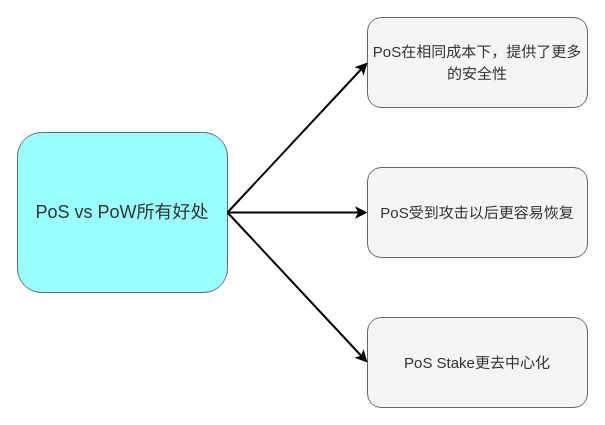
Before: ethereum-research/POS vs POW & vb 2020.drawio in 0xyicheng/a-research-diagram, a draw.io diagram. Source tidied: cells renumbered, new cells numbered last; positions are measured from the earlier drawing's top-left corner, leaving out a move shared by most shapes. Both pictures are drawn from the tidied source at 100%, with x=0, y=0 at pixel (17, 17).
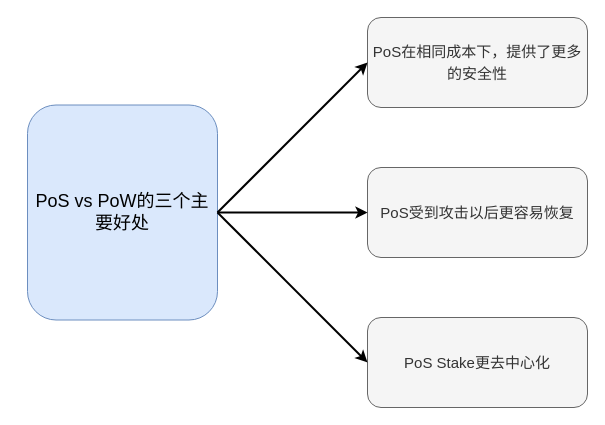
The same diagram, later.

Diff of the diagram source:
```diff
@@
 <mxGraphModel>
   <root>
     <mxCell id="0" />
     <mxCell id="1" parent="0" />
-    <mxCell id="2" value="&lt;font style=&quot;font-size: 18px;&quot;&gt;PoS vs PoW所有好处&lt;/font&gt;" style="rounded=1;whiteSpace=wrap;html=1;fillColor=#99FFFF;fontColor=#333333;strokeColor=#666666;" parent="1" vertex="1">
-      <mxGeometry y="115" width="210" height="160" as="geometry" />
+    <mxCell id="2" value="&lt;font style=&quot;font-size: 18px;&quot;&gt;PoS vs PoW的三个主要好处&lt;/font&gt;" style="rounded=1;whiteSpace=wrap;html=1;fillColor=#dae8fc;strokeColor=#6c8ebf;" parent="1" vertex="1">
+      <mxGeometry x="10" y="87.5" width="190" height="215" as="geometry" />
     </mxCell>
     <mxCell id="3" value="&lt;font style=&quot;font-size: 15px;&quot;&gt;PoS在相同成本下，提供了更多的安全性&lt;/font&gt;" style="rounded=1;whiteSpace=wrap;html=1;fontSize=18;fillColor=#f5f5f5;strokeColor=#666666;fontColor=#333333;" parent="1" vertex="1">
       <mxGeometry x="350" width="220" height="90" as="geometry" />
     </mxCell>
     <mxCell id="4" value="&lt;font style=&quot;font-size: 15px;&quot;&gt;PoS受到攻击以后更容易恢复&lt;/font&gt;" style="rounded=1;whiteSpace=wrap;html=1;fontSize=18;fillColor=#f5f5f5;strokeColor=#666666;fontColor=#333333;" parent="1" vertex="1">
       <mxGeometry x="350" y="150" width="220" height="90" as="geometry" />
     </mxCell>
     <mxCell id="5" value="&lt;font style=&quot;font-size: 15px;&quot;&gt;PoS Stake更去中心化&lt;/font&gt;" style="rounded=1;whiteSpace=wrap;html=1;fontSize=18;fillColor=#f5f5f5;strokeColor=#666666;fontColor=#333333;" parent="1" vertex="1">
       <mxGeometry x="350" y="300" width="220" height="90" as="geometry" />
     </mxCell>
     <mxCell id="6" style="endArrow=classic;html=1;rounded=0;fontSize=15;exitX=1;exitY=0.5;exitDx=0;exitDy=0;strokeWidth=2;entryX=0;entryY=0.5;entryDx=0;entryDy=0;" parent="1" edge="1" source="2" target="3">
       <mxGeometry relative="1" as="geometry" />
     </mxCell>
     <mxCell id="7" style="endArrow=classic;html=1;rounded=0;fontSize=15;exitX=1;exitY=0.5;exitDx=0;exitDy=0;strokeWidth=2;entryX=0;entryY=0.5;entryDx=0;entryDy=0;" parent="1" edge="1" source="2" target="4">
       <mxGeometry relative="1" as="geometry" />
     </mxCell>
     <mxCell id="8" style="endArrow=classic;html=1;rounded=0;fontSize=15;exitX=1;exitY=0.5;exitDx=0;exitDy=0;strokeWidth=2;entryX=0;entryY=0.5;entryDx=0;entryDy=0;" parent="1" edge="1" source="2" target="5">
       <mxGeometry relative="1" as="geometry" />
     </mxCell>
   </root>
 </mxGraphModel>
```
